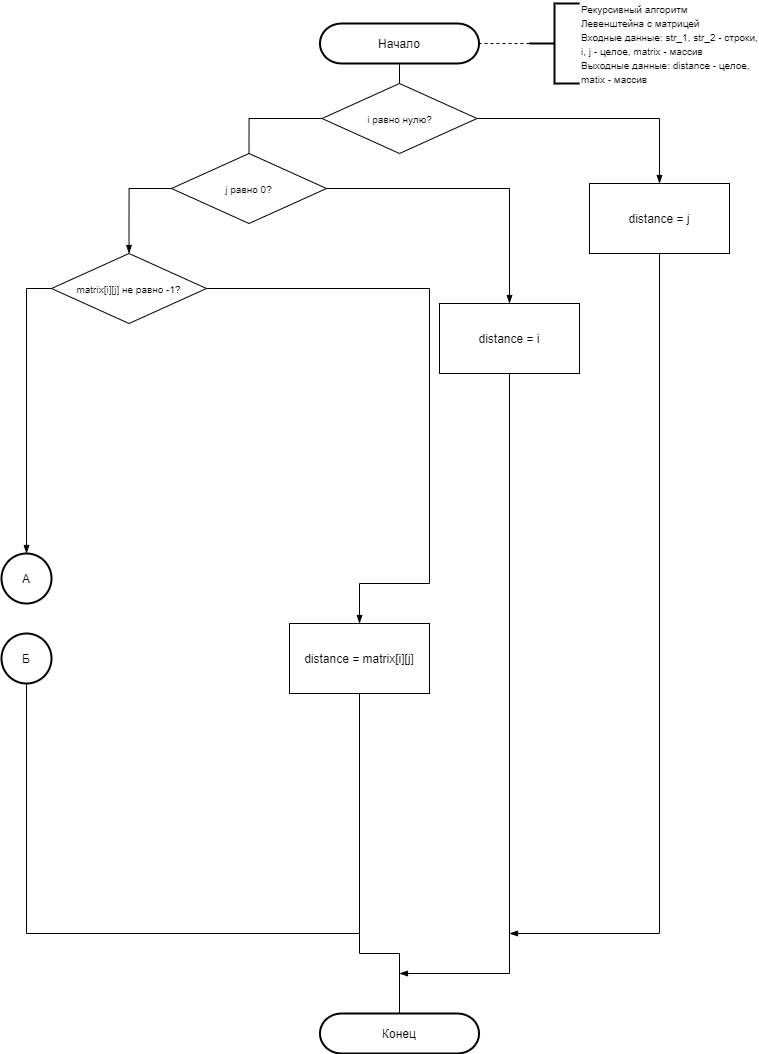
Before: lab_01/report/diagrams/Рекурсивный Левенштейн с матрицей1.png, a diagram exported from draw.io (leontartykov/bmstu_sem_5_aa). Source tidied: cells renumbered, new cells last; positions are measured from the earlier drawing's top-left corner, leaving out a move shared by most shapes. Its diagram source:
```xml
<mxGraphModel>
  <root>
    <mxCell id="0" />
    <mxCell id="1" parent="0" />
    <mxCell id="2" style="edgeStyle=orthogonalEdgeStyle;rounded=0;jettySize=auto;html=1;exitX=0.5;exitY=1;exitDx=0;exitDy=0;exitPerimeter=0;entryX=0.5;entryY=0;entryDx=0;entryDy=0;endArrow=none;endFill=0;" parent="1" edge="1" source="3" target="18">
      <mxGeometry relative="1" as="geometry" />
    </mxCell>
    <mxCell id="3" value="Начало" style="strokeWidth=2;html=1;shape=(stored shape, 464 characters);whiteSpace=wrap;" parent="1" vertex="1">
      <mxGeometry x="248" y="20" width="300" height="40" as="geometry" />
    </mxCell>
    <mxCell id="4" style="edgeStyle=orthogonalEdgeStyle;rounded=0;jettySize=auto;html=1;exitX=0;exitY=0.5;exitDx=0;exitDy=0;exitPerimeter=0;endArrow=none;endFill=0;dashed=1;" parent="1" edge="1" source="5">
      <mxGeometry relative="1" as="geometry">
        <mxPoint x="477" y="40" as="targetPoint" />
      </mxGeometry>
    </mxCell>
    <mxCell id="5" value="&lt;font style=&quot;font-size: 10px&quot;&gt;Рекурсивный алгоритм &lt;br&gt;Левенштейна с матрицей&lt;br&gt;Входные данные: str_1, str_2 - строки,&lt;br&gt;i, j - целое, matrix - массив&lt;br&gt;Выходные данные: distance - целое,&lt;br&gt;matix - массив&lt;/font&gt;" style="strokeWidth=2;html=1;shape=mxgraph.flowchart.annotation_2;align=left;labelPosition=right;" parent="1" vertex="1">
      <mxGeometry x="528" width="50" height="80" as="geometry" />
    </mxCell>
    <mxCell id="6" style="edgeStyle=orthogonalEdgeStyle;rounded=0;jettySize=auto;html=1;exitX=0;exitY=0.5;exitDx=0;exitDy=0;endArrow=blockThin;endFill=1;entryX=0.5;entryY=0;entryDx=0;entryDy=0;entryPerimeter=0;" parent="1" edge="1" source="8" target="26">
      <mxGeometry relative="1" as="geometry">
        <Array as="points">
          <mxPoint x="25" y="285" />
        </Array>
      </mxGeometry>
    </mxCell>
    <mxCell id="7" style="edgeStyle=orthogonalEdgeStyle;rounded=0;jettySize=auto;html=1;exitX=1;exitY=0.5;exitDx=0;exitDy=0;endArrow=blockThin;endFill=1;entryX=0.5;entryY=0;entryDx=0;entryDy=0;" parent="1" edge="1" source="8" target="20">
      <mxGeometry relative="1" as="geometry">
        <Array as="points">
          <mxPoint x="428" y="285" />
          <mxPoint x="428" y="580" />
          <mxPoint x="358" y="580" />
        </Array>
      </mxGeometry>
    </mxCell>
    <mxCell id="8" value="&lt;font style=&quot;font-size: 10px&quot;&gt;matrix[i][j] не равно -1?&lt;/font&gt;" style="rhombus;whiteSpace=wrap;html=1;" parent="1" vertex="1">
      <mxGeometry x="50" y="250" width="155" height="70" as="geometry" />
    </mxCell>
    <mxCell id="9" style="edgeStyle=orthogonalEdgeStyle;rounded=0;jettySize=auto;html=1;exitX=0.5;exitY=1;exitDx=0;exitDy=0;entryX=0.5;entryY=0;entryDx=0;entryDy=0;endArrow=none;endFill=0;" parent="1" edge="1" target="x">
      <mxGeometry relative="1" as="geometry">
        <mxPoint x="185" y="690" as="sourcePoint" />
      </mxGeometry>
    </mxCell>
    <mxCell id="10" style="edgeStyle=orthogonalEdgeStyle;rounded=0;jettySize=auto;html=1;exitX=0.5;exitY=1;exitDx=0;exitDy=0;entryX=0.5;entryY=0;entryDx=0;entryDy=0;endArrow=none;endFill=0;" parent="1" edge="1" target="x">
      <mxGeometry relative="1" as="geometry">
        <mxPoint x="185" y="770" as="sourcePoint" />
      </mxGeometry>
    </mxCell>
    <mxCell id="11" style="edgeStyle=orthogonalEdgeStyle;rounded=0;jettySize=auto;html=1;exitX=0.5;exitY=1;exitDx=0;exitDy=0;entryX=0.5;entryY=0;entryDx=0;entryDy=0;endArrow=none;endFill=0;" parent="1" edge="1" target="x">
      <mxGeometry relative="1" as="geometry">
        <mxPoint x="185" y="850" as="sourcePoint" />
      </mxGeometry>
    </mxCell>
    <mxCell id="12" value="Конец" style="strokeWidth=2;html=1;shape=(stored shape, 464 characters);whiteSpace=wrap;" parent="1" vertex="1">
      <mxGeometry x="248" y="1010" width="300" height="40" as="geometry" />
    </mxCell>
    <mxCell id="13" style="edgeStyle=orthogonalEdgeStyle;rounded=0;jettySize=auto;html=1;endArrow=blockThin;endFill=1;entryX=0.5;entryY=0;entryDx=0;entryDy=0;exitX=0;exitY=0.5;exitDx=0;exitDy=0;" parent="1" edge="1" source="15" target="8">
      <mxGeometry relative="1" as="geometry">
        <Array as="points">
          <mxPoint x="128" y="185" />
        </Array>
      </mxGeometry>
    </mxCell>
    <mxCell id="14" style="edgeStyle=orthogonalEdgeStyle;rounded=0;jettySize=auto;html=1;exitX=1;exitY=0.5;exitDx=0;exitDy=0;entryX=0.5;entryY=0;entryDx=0;entryDy=0;endArrow=blockThin;endFill=1;" parent="1" edge="1" source="15" target="22">
      <mxGeometry relative="1" as="geometry" />
    </mxCell>
    <mxCell id="15" value="&lt;font style=&quot;font-size: 10px&quot;&gt;j равно 0?&lt;/font&gt;" style="rhombus;whiteSpace=wrap;html=1;" parent="1" vertex="1">
      <mxGeometry x="170" y="150" width="155" height="70" as="geometry" />
    </mxCell>
    <mxCell id="16" style="edgeStyle=orthogonalEdgeStyle;rounded=0;jettySize=auto;html=1;exitX=0;exitY=0.5;exitDx=0;exitDy=0;entryX=0.5;entryY=0;entryDx=0;entryDy=0;endArrow=none;endFill=0;" parent="1" edge="1" source="18" target="15">
      <mxGeometry relative="1" as="geometry" />
    </mxCell>
    <mxCell id="17" style="edgeStyle=orthogonalEdgeStyle;rounded=0;jettySize=auto;html=1;exitX=1;exitY=0.5;exitDx=0;exitDy=0;entryX=0.5;entryY=0;entryDx=0;entryDy=0;endArrow=blockThin;endFill=1;" parent="1" edge="1" source="18" target="24">
      <mxGeometry relative="1" as="geometry" />
    </mxCell>
    <mxCell id="18" value="&lt;font style=&quot;font-size: 10px&quot;&gt;i равно нулю?&lt;/font&gt;" style="rhombus;whiteSpace=wrap;html=1;" parent="1" vertex="1">
      <mxGeometry x="320.5" y="80" width="155" height="70" as="geometry" />
    </mxCell>
    <mxCell id="19" style="edgeStyle=orthogonalEdgeStyle;rounded=0;jettySize=auto;html=1;exitX=0.5;exitY=1;exitDx=0;exitDy=0;endArrow=none;endFill=0;entryX=0.5;entryY=0;entryDx=0;entryDy=0;entryPerimeter=0;" parent="1" edge="1" source="20" target="12">
      <mxGeometry relative="1" as="geometry">
        <Array as="points">
          <mxPoint x="358" y="950" />
          <mxPoint x="398" y="950" />
        </Array>
      </mxGeometry>
    </mxCell>
    <mxCell id="20" value="distance = matrix[i][j]" style="rounded=0;whiteSpace=wrap;html=1;" parent="1" vertex="1">
      <mxGeometry x="288" y="620" width="140" height="70" as="geometry" />
    </mxCell>
    <mxCell id="21" style="edgeStyle=orthogonalEdgeStyle;rounded=0;jettySize=auto;html=1;exitX=0.5;exitY=1;exitDx=0;exitDy=0;endArrow=blockThin;endFill=1;" parent="1" edge="1" source="22">
      <mxGeometry relative="1" as="geometry">
        <mxPoint x="398" y="970" as="targetPoint" />
        <Array as="points">
          <mxPoint x="508" y="970" />
          <mxPoint x="398" y="970" />
        </Array>
      </mxGeometry>
    </mxCell>
    <mxCell id="22" value="distance = i" style="rounded=0;whiteSpace=wrap;html=1;" parent="1" vertex="1">
      <mxGeometry x="438" y="300" width="140" height="70" as="geometry" />
    </mxCell>
    <mxCell id="23" style="edgeStyle=orthogonalEdgeStyle;rounded=0;jettySize=auto;html=1;exitX=0.5;exitY=1;exitDx=0;exitDy=0;endArrow=blockThin;endFill=1;" parent="1" edge="1" source="24">
      <mxGeometry relative="1" as="geometry">
        <mxPoint x="508" y="930" as="targetPoint" />
        <Array as="points">
          <mxPoint x="658" y="930" />
        </Array>
      </mxGeometry>
    </mxCell>
    <mxCell id="24" value="distance = j" style="rounded=0;whiteSpace=wrap;html=1;" parent="1" vertex="1">
      <mxGeometry x="588" y="180" width="140" height="70" as="geometry" />
    </mxCell>
    <mxCell id="25" style="edgeStyle=orthogonalEdgeStyle;rounded=0;orthogonalLoop=1;jettySize=auto;html=1;exitX=0.5;exitY=1;exitDx=0;exitDy=0;endArrow=none;endFill=0;" parent="1" edge="1">
      <mxGeometry relative="1" as="geometry">
        <mxPoint x="185" y="610" as="sourcePoint" />
        <mxPoint x="185" y="610" as="targetPoint" />
      </mxGeometry>
    </mxCell>
    <mxCell id="26" value="А" style="strokeWidth=2;html=1;shape=mxgraph.flowchart.start_2;whiteSpace=wrap;" parent="1" vertex="1">
      <mxGeometry y="550" width="50" height="50" as="geometry" />
    </mxCell>
    <mxCell id="27" style="edgeStyle=orthogonalEdgeStyle;rounded=0;jettySize=auto;html=1;exitX=0.5;exitY=1;exitDx=0;exitDy=0;exitPerimeter=0;endArrow=none;endFill=0;" parent="1" edge="1" source="28">
      <mxGeometry relative="1" as="geometry">
        <mxPoint x="358" y="930" as="targetPoint" />
        <Array as="points">
          <mxPoint x="25" y="930" />
        </Array>
      </mxGeometry>
    </mxCell>
    <mxCell id="28" value="Б" style="strokeWidth=2;html=1;shape=mxgraph.flowchart.start_2;whiteSpace=wrap;" parent="1" vertex="1">
      <mxGeometry y="630" width="50" height="50" as="geometry" />
    </mxCell>
  </root>
</mxGraphModel>
```
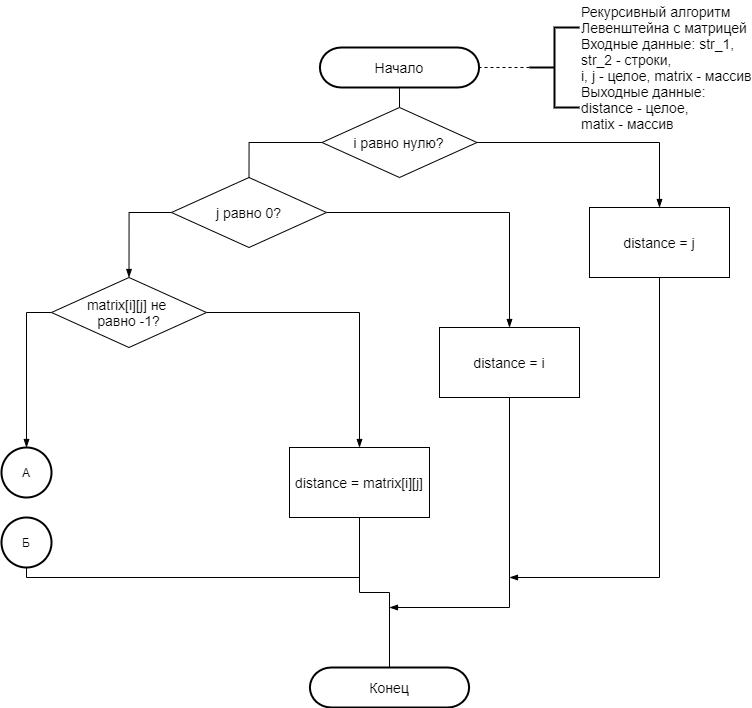
Later version of the same file.

Diff of the diagram source:
```diff
@@ -5,7 +5,7 @@
     <mxCell id="2" style="edgeStyle=orthogonalEdgeStyle;rounded=0;jettySize=auto;html=1;exitX=0.5;exitY=1;exitDx=0;exitDy=0;exitPerimeter=0;entryX=0.5;entryY=0;entryDx=0;entryDy=0;endArrow=none;endFill=0;" parent="1" edge="1" source="3" target="18">
       <mxGeometry relative="1" as="geometry" />
     </mxCell>
-    <mxCell id="3" value="Начало" style="strokeWidth=2;html=1;shape=(stored shape, 464 characters);whiteSpace=wrap;" parent="1" vertex="1">
+    <mxCell id="3" value="&lt;font style=&quot;font-size: 14px&quot;&gt;Начало&lt;/font&gt;" style="strokeWidth=2;html=1;shape=(stored shape, 464 characters);whiteSpace=wrap;" parent="1" vertex="1">
       <mxGeometry x="248" y="20" width="300" height="40" as="geometry" />
     </mxCell>
     <mxCell id="4" style="edgeStyle=orthogonalEdgeStyle;rounded=0;jettySize=auto;html=1;exitX=0;exitY=0.5;exitDx=0;exitDy=0;exitPerimeter=0;endArrow=none;endFill=0;dashed=1;" parent="1" edge="1" source="5">
@@ -13,7 +13,7 @@
         <mxPoint x="477" y="40" as="targetPoint" />
       </mxGeometry>
     </mxCell>
-    <mxCell id="5" value="&lt;font style=&quot;font-size: 10px&quot;&gt;Рекурсивный алгоритм &lt;br&gt;Левенштейна с матрицей&lt;br&gt;Входные данные: str_1, str_2 - строки,&lt;br&gt;i, j - целое, matrix - массив&lt;br&gt;Выходные данные: distance - целое,&lt;br&gt;matix - массив&lt;/font&gt;" style="strokeWidth=2;html=1;shape=mxgraph.flowchart.annotation_2;align=left;labelPosition=right;" parent="1" vertex="1">
+    <mxCell id="5" value="&lt;font style=&quot;font-size: 14px&quot;&gt;Рекурсивный алгоритм &lt;br&gt;Левенштейна с матрицей&lt;br&gt;Входные данные: str_1, &lt;br&gt;str_2 - строки,&lt;br&gt;i, j - целое, matrix - массив&lt;br&gt;Выходные данные: &lt;br&gt;distance - целое,&lt;br&gt;matix - массив&lt;/font&gt;" style="strokeWidth=2;html=1;shape=mxgraph.flowchart.annotation_2;align=left;labelPosition=right;" parent="1" vertex="1">
       <mxGeometry x="528" width="50" height="80" as="geometry" />
     </mxCell>
     <mxCell id="6" style="edgeStyle=orthogonalEdgeStyle;rounded=0;jettySize=auto;html=1;exitX=0;exitY=0.5;exitDx=0;exitDy=0;endArrow=blockThin;endFill=1;entryX=0.5;entryY=0;entryDx=0;entryDy=0;entryPerimeter=0;" parent="1" edge="1" source="8" target="26">
@@ -26,32 +26,30 @@
     <mxCell id="7" style="edgeStyle=orthogonalEdgeStyle;rounded=0;jettySize=auto;html=1;exitX=1;exitY=0.5;exitDx=0;exitDy=0;endArrow=blockThin;endFill=1;entryX=0.5;entryY=0;entryDx=0;entryDy=0;" parent="1" edge="1" source="8" target="20">
       <mxGeometry relative="1" as="geometry">
         <Array as="points">
-          <mxPoint x="428" y="285" />
-          <mxPoint x="428" y="580" />
-          <mxPoint x="358" y="580" />
+          <mxPoint x="358" y="285" />
         </Array>
       </mxGeometry>
     </mxCell>
-    <mxCell id="8" value="&lt;font style=&quot;font-size: 10px&quot;&gt;matrix[i][j] не равно -1?&lt;/font&gt;" style="rhombus;whiteSpace=wrap;html=1;" parent="1" vertex="1">
+    <mxCell id="8" value="&lt;font style=&quot;font-size: 14px&quot;&gt;matrix[i][j] не &lt;br&gt;равно -1?&lt;/font&gt;" style="rhombus;whiteSpace=wrap;html=1;" parent="1" vertex="1">
       <mxGeometry x="50" y="250" width="155" height="70" as="geometry" />
     </mxCell>
     <mxCell id="9" style="edgeStyle=orthogonalEdgeStyle;rounded=0;jettySize=auto;html=1;exitX=0.5;exitY=1;exitDx=0;exitDy=0;entryX=0.5;entryY=0;entryDx=0;entryDy=0;endArrow=none;endFill=0;" parent="1" edge="1" target="x">
       <mxGeometry relative="1" as="geometry">
-        <mxPoint x="185" y="690" as="sourcePoint" />
+        <mxPoint x="177" y="560" as="sourcePoint" />
       </mxGeometry>
     </mxCell>
     <mxCell id="10" style="edgeStyle=orthogonalEdgeStyle;rounded=0;jettySize=auto;html=1;exitX=0.5;exitY=1;exitDx=0;exitDy=0;entryX=0.5;entryY=0;entryDx=0;entryDy=0;endArrow=none;endFill=0;" parent="1" edge="1" target="x">
       <mxGeometry relative="1" as="geometry">
-        <mxPoint x="185" y="770" as="sourcePoint" />
+        <mxPoint x="177" y="640" as="sourcePoint" />
       </mxGeometry>
     </mxCell>
     <mxCell id="11" style="edgeStyle=orthogonalEdgeStyle;rounded=0;jettySize=auto;html=1;exitX=0.5;exitY=1;exitDx=0;exitDy=0;entryX=0.5;entryY=0;entryDx=0;entryDy=0;endArrow=none;endFill=0;" parent="1" edge="1" target="x">
       <mxGeometry relative="1" as="geometry">
-        <mxPoint x="185" y="850" as="sourcePoint" />
+        <mxPoint x="177" y="720" as="sourcePoint" />
       </mxGeometry>
     </mxCell>
-    <mxCell id="12" value="Конец" style="strokeWidth=2;html=1;shape=(stored shape, 464 characters);whiteSpace=wrap;" parent="1" vertex="1">
-      <mxGeometry x="248" y="1010" width="300" height="40" as="geometry" />
+    <mxCell id="12" value="&lt;font style=&quot;font-size: 14px&quot;&gt;Конец&lt;/font&gt;" style="strokeWidth=2;html=1;shape=(stored shape, 464 characters);whiteSpace=wrap;" parent="1" vertex="1">
+      <mxGeometry x="238" y="640" width="300" height="40" as="geometry" />
     </mxCell>
     <mxCell id="13" style="edgeStyle=orthogonalEdgeStyle;rounded=0;jettySize=auto;html=1;endArrow=blockThin;endFill=1;entryX=0.5;entryY=0;entryDx=0;entryDy=0;exitX=0;exitY=0.5;exitDx=0;exitDy=0;" parent="1" edge="1" source="15" target="8">
       <mxGeometry relative="1" as="geometry">
@@ -63,7 +61,7 @@
     <mxCell id="14" style="edgeStyle=orthogonalEdgeStyle;rounded=0;jettySize=auto;html=1;exitX=1;exitY=0.5;exitDx=0;exitDy=0;entryX=0.5;entryY=0;entryDx=0;entryDy=0;endArrow=blockThin;endFill=1;" parent="1" edge="1" source="15" target="22">
       <mxGeometry relative="1" as="geometry" />
     </mxCell>
-    <mxCell id="15" value="&lt;font style=&quot;font-size: 10px&quot;&gt;j равно 0?&lt;/font&gt;" style="rhombus;whiteSpace=wrap;html=1;" parent="1" vertex="1">
+    <mxCell id="15" value="&lt;font style=&quot;font-size: 14px&quot;&gt;j равно 0?&lt;/font&gt;" style="rhombus;whiteSpace=wrap;html=1;" parent="1" vertex="1">
       <mxGeometry x="170" y="150" width="155" height="70" as="geometry" />
     </mxCell>
     <mxCell id="16" style="edgeStyle=orthogonalEdgeStyle;rounded=0;jettySize=auto;html=1;exitX=0;exitY=0.5;exitDx=0;exitDy=0;entryX=0.5;entryY=0;entryDx=0;entryDy=0;endArrow=none;endFill=0;" parent="1" edge="1" source="18" target="15">
@@ -72,41 +70,35 @@
     <mxCell id="17" style="edgeStyle=orthogonalEdgeStyle;rounded=0;jettySize=auto;html=1;exitX=1;exitY=0.5;exitDx=0;exitDy=0;entryX=0.5;entryY=0;entryDx=0;entryDy=0;endArrow=blockThin;endFill=1;" parent="1" edge="1" source="18" target="24">
       <mxGeometry relative="1" as="geometry" />
     </mxCell>
-    <mxCell id="18" value="&lt;font style=&quot;font-size: 10px&quot;&gt;i равно нулю?&lt;/font&gt;" style="rhombus;whiteSpace=wrap;html=1;" parent="1" vertex="1">
+    <mxCell id="18" value="&lt;font style=&quot;font-size: 14px&quot;&gt;i равно нулю?&lt;/font&gt;" style="rhombus;whiteSpace=wrap;html=1;" parent="1" vertex="1">
       <mxGeometry x="320.5" y="80" width="155" height="70" as="geometry" />
     </mxCell>
-    <mxCell id="19" style="edgeStyle=orthogonalEdgeStyle;rounded=0;jettySize=auto;html=1;exitX=0.5;exitY=1;exitDx=0;exitDy=0;endArrow=none;endFill=0;entryX=0.5;entryY=0;entryDx=0;entryDy=0;entryPerimeter=0;" parent="1" edge="1" source="20" target="12">
-      <mxGeometry relative="1" as="geometry">
-        <Array as="points">
-          <mxPoint x="358" y="950" />
-          <mxPoint x="398" y="950" />
-        </Array>
-      </mxGeometry>
+    <mxCell id="19" style="edgeStyle=orthogonalEdgeStyle;rounded=0;jettySize=auto;html=1;exitX=0.5;exitY=1;exitDx=0;exitDy=0;entryX=0.5;entryY=0;entryDx=0;entryDy=0;entryPerimeter=0;endArrow=none;endFill=0;" parent="1" edge="1" source="20" target="12">
+      <mxGeometry relative="1" as="geometry" />
     </mxCell>
-    <mxCell id="20" value="distance = matrix[i][j]" style="rounded=0;whiteSpace=wrap;html=1;" parent="1" vertex="1">
-      <mxGeometry x="288" y="620" width="140" height="70" as="geometry" />
+    <mxCell id="20" value="&lt;font style=&quot;font-size: 14px&quot;&gt;distance = matrix[i][j]&lt;/font&gt;" style="rounded=0;whiteSpace=wrap;html=1;" parent="1" vertex="1">
+      <mxGeometry x="288" y="420" width="140" height="70" as="geometry" />
     </mxCell>
-    <mxCell id="21" style="edgeStyle=orthogonalEdgeStyle;rounded=0;jettySize=auto;html=1;exitX=0.5;exitY=1;exitDx=0;exitDy=0;endArrow=blockThin;endFill=1;" parent="1" edge="1" source="22">
-      <mxGeometry relative="1" as="geometry">
-        <mxPoint x="398" y="970" as="targetPoint" />
-        <Array as="points">
-          <mxPoint x="508" y="970" />
-          <mxPoint x="398" y="970" />
-        </Array>
-      </mxGeometry>
-    </mxCell>
+    <mxCell id="29" style="edgeStyle=orthogonalEdgeStyle;rounded=0;jettySize=auto;html=1;exitX=0.5;exitY=1;exitDx=0;exitDy=0;endArrow=blockThin;endFill=1;" parent="1" edge="1" source="22">
+      <mxGeometry relative="1" as="geometry">
+        <mxPoint x="388" y="580" as="targetPoint" />
+        <Array as="points">
+          <mxPoint x="508" y="580" />
+        </Array>
+      </mxGeometry>
+    </mxCell>
-    <mxCell id="22" value="distance = i" style="rounded=0;whiteSpace=wrap;html=1;" parent="1" vertex="1">
+    <mxCell id="22" value="&lt;font style=&quot;font-size: 14px&quot;&gt;distance = i&lt;/font&gt;" style="rounded=0;whiteSpace=wrap;html=1;" parent="1" vertex="1">
       <mxGeometry x="438" y="300" width="140" height="70" as="geometry" />
     </mxCell>
-    <mxCell id="23" style="edgeStyle=orthogonalEdgeStyle;rounded=0;jettySize=auto;html=1;exitX=0.5;exitY=1;exitDx=0;exitDy=0;endArrow=blockThin;endFill=1;" parent="1" edge="1" source="24">
-      <mxGeometry relative="1" as="geometry">
-        <mxPoint x="508" y="930" as="targetPoint" />
-        <Array as="points">
-          <mxPoint x="658" y="930" />
-        </Array>
-      </mxGeometry>
-    </mxCell>
+    <mxCell id="30" style="edgeStyle=orthogonalEdgeStyle;rounded=0;jettySize=auto;html=1;endArrow=blockThin;endFill=1;" parent="1" edge="1" source="24">
+      <mxGeometry relative="1" as="geometry">
+        <mxPoint x="508" y="550" as="targetPoint" />
+        <Array as="points">
+          <mxPoint x="658" y="550" />
+        </Array>
+      </mxGeometry>
+    </mxCell>
-    <mxCell id="24" value="distance = j" style="rounded=0;whiteSpace=wrap;html=1;" parent="1" vertex="1">
+    <mxCell id="24" value="&lt;font style=&quot;font-size: 14px&quot;&gt;distance = j&lt;/font&gt;" style="rounded=0;whiteSpace=wrap;html=1;" parent="1" vertex="1">
       <mxGeometry x="588" y="180" width="140" height="70" as="geometry" />
     </mxCell>
     <mxCell id="25" style="edgeStyle=orthogonalEdgeStyle;rounded=0;orthogonalLoop=1;jettySize=auto;html=1;exitX=0.5;exitY=1;exitDx=0;exitDy=0;endArrow=none;endFill=0;" parent="1" edge="1">
@@ -116,18 +108,19 @@
       </mxGeometry>
     </mxCell>
     <mxCell id="26" value="А" style="strokeWidth=2;html=1;shape=mxgraph.flowchart.start_2;whiteSpace=wrap;" parent="1" vertex="1">
-      <mxGeometry y="550" width="50" height="50" as="geometry" />
+      <mxGeometry y="420" width="50" height="50" as="geometry" />
     </mxCell>
     <mxCell id="27" style="edgeStyle=orthogonalEdgeStyle;rounded=0;jettySize=auto;html=1;exitX=0.5;exitY=1;exitDx=0;exitDy=0;exitPerimeter=0;endArrow=none;endFill=0;" parent="1" edge="1" source="28">
       <mxGeometry relative="1" as="geometry">
-        <mxPoint x="358" y="930" as="targetPoint" />
+        <mxPoint x="358" y="550" as="targetPoint" />
         <Array as="points">
-          <mxPoint x="25" y="930" />
+          <mxPoint x="25" y="550" />
+          <mxPoint x="358" y="550" />
         </Array>
       </mxGeometry>
     </mxCell>
     <mxCell id="28" value="Б" style="strokeWidth=2;html=1;shape=mxgraph.flowchart.start_2;whiteSpace=wrap;" parent="1" vertex="1">
-      <mxGeometry y="630" width="50" height="50" as="geometry" />
+      <mxGeometry y="490" width="50" height="50" as="geometry" />
     </mxCell>
   </root>
 </mxGraphModel>
```
